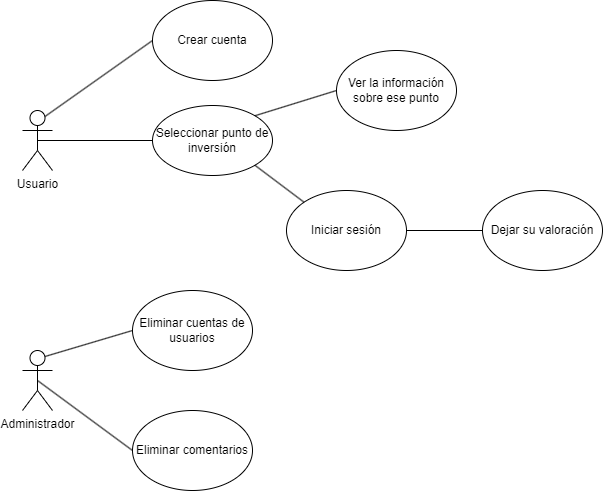
This is docs/images/casos_de_uso.png from Ana-Mes/integracion-dam, a draw.io export, as it was before one commit. Source tidied: cells renumbered, new cells last; positions are measured from the earlier drawing's top-left corner, leaving out a move shared by most shapes. The source it was exported from:
```xml
<mxGraphModel>
  <root>
    <mxCell id="0" />
    <mxCell id="1" parent="0" />
    <mxCell id="2" value="Usuario" style="shape=umlActor;verticalLabelPosition=bottom;verticalAlign=top;html=1;outlineConnect=0;" parent="1" vertex="1">
      <mxGeometry y="110" width="30" height="60" as="geometry" />
    </mxCell>
    <mxCell id="3" value="Seleccionar punto de inversión" style="ellipse;whiteSpace=wrap;html=1;" parent="1" vertex="1">
      <mxGeometry x="130" y="105" width="120" height="70" as="geometry" />
    </mxCell>
    <mxCell id="4" value="Dejar su valoración" style="ellipse;whiteSpace=wrap;html=1;" parent="1" vertex="1">
      <mxGeometry x="460" y="190" width="120" height="80" as="geometry" />
    </mxCell>
    <mxCell id="5" value="Ver la información sobre ese punto" style="ellipse;whiteSpace=wrap;html=1;" parent="1" vertex="1">
      <mxGeometry x="314" y="50" width="120" height="80" as="geometry" />
    </mxCell>
    <mxCell id="6" style="endArrow=none;html=1;rounded=0;exitX=0.5;exitY=0.5;exitDx=0;exitDy=0;exitPerimeter=0;entryX=0;entryY=0.5;entryDx=0;entryDy=0;" parent="1" edge="1" source="2" target="3">
      <mxGeometry relative="1" as="geometry" />
    </mxCell>
    <mxCell id="7" style="endArrow=none;html=1;rounded=0;entryX=0;entryY=0.5;entryDx=0;entryDy=0;exitX=1;exitY=0;exitDx=0;exitDy=0;" parent="1" edge="1" source="3" target="5">
      <mxGeometry relative="1" as="geometry" />
    </mxCell>
    <mxCell id="8" value="Iniciar sesión" style="ellipse;whiteSpace=wrap;html=1;" parent="1" vertex="1">
      <mxGeometry x="264" y="190" width="120" height="80" as="geometry" />
    </mxCell>
    <mxCell id="9" style="endArrow=none;html=1;rounded=0;exitX=1;exitY=1;exitDx=0;exitDy=0;entryX=0;entryY=0;entryDx=0;entryDy=0;" parent="1" edge="1" source="3" target="8">
      <mxGeometry relative="1" as="geometry" />
    </mxCell>
    <mxCell id="10" style="endArrow=none;html=1;rounded=0;exitX=1;exitY=0.5;exitDx=0;exitDy=0;entryX=0;entryY=0.5;entryDx=0;entryDy=0;" parent="1" edge="1" source="8" target="4">
      <mxGeometry relative="1" as="geometry" />
    </mxCell>
    <mxCell id="11" value="Crear cuenta" style="ellipse;whiteSpace=wrap;html=1;" parent="1" vertex="1">
      <mxGeometry x="130" width="120" height="80" as="geometry" />
    </mxCell>
    <mxCell id="12" style="endArrow=none;html=1;rounded=0;exitX=0.75;exitY=0.1;exitDx=0;exitDy=0;exitPerimeter=0;entryX=0;entryY=0.5;entryDx=0;entryDy=0;" parent="1" edge="1" source="2" target="11">
      <mxGeometry relative="1" as="geometry" />
    </mxCell>
    <mxCell id="13" value="Administrador" style="shape=umlActor;verticalLabelPosition=bottom;verticalAlign=top;html=1;outlineConnect=0;" parent="1" vertex="1">
      <mxGeometry y="350" width="30" height="60" as="geometry" />
    </mxCell>
    <mxCell id="14" value="Eliminar cuentas de usuarios" style="ellipse;whiteSpace=wrap;html=1;" parent="1" vertex="1">
      <mxGeometry x="110" y="290" width="120" height="80" as="geometry" />
    </mxCell>
    <mxCell id="15" value="Eliminar comentarios" style="ellipse;whiteSpace=wrap;html=1;" parent="1" vertex="1">
      <mxGeometry x="110" y="410" width="120" height="80" as="geometry" />
    </mxCell>
    <mxCell id="16" style="endArrow=none;html=1;rounded=0;exitX=0.75;exitY=0.1;exitDx=0;exitDy=0;exitPerimeter=0;entryX=0;entryY=0.5;entryDx=0;entryDy=0;" parent="1" edge="1" source="13" target="14">
      <mxGeometry relative="1" as="geometry" />
    </mxCell>
    <mxCell id="17" style="endArrow=none;html=1;rounded=0;exitX=0.5;exitY=0.5;exitDx=0;exitDy=0;exitPerimeter=0;entryX=0;entryY=0.5;entryDx=0;entryDy=0;" parent="1" edge="1" source="13" target="15">
      <mxGeometry relative="1" as="geometry" />
    </mxCell>
  </root>
</mxGraphModel>
```
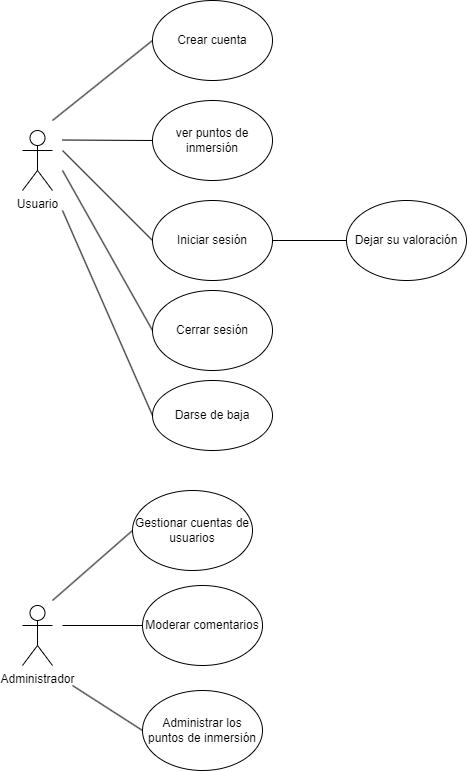
Later version of the same file.

Commit message:
Cambiada imagen de casos de uso

What changed in the source:
```diff
@@ -5,50 +5,78 @@
     <mxCell id="2" value="Usuario" style="shape=umlActor;verticalLabelPosition=bottom;verticalAlign=top;html=1;outlineConnect=0;" parent="1" vertex="1">
       <mxGeometry y="110" width="30" height="60" as="geometry" />
     </mxCell>
-    <mxCell id="3" value="Seleccionar punto de inversión" style="ellipse;whiteSpace=wrap;html=1;" parent="1" vertex="1">
-      <mxGeometry x="130" y="105" width="120" height="70" as="geometry" />
-    </mxCell>
     <mxCell id="4" value="Dejar su valoración" style="ellipse;whiteSpace=wrap;html=1;" parent="1" vertex="1">
-      <mxGeometry x="460" y="190" width="120" height="80" as="geometry" />
+      <mxGeometry x="324" y="180" width="120" height="80" as="geometry" />
     </mxCell>
-    <mxCell id="5" value="Ver la información sobre ese punto" style="ellipse;whiteSpace=wrap;html=1;" parent="1" vertex="1">
-      <mxGeometry x="314" y="50" width="120" height="80" as="geometry" />
+    <mxCell id="5" value="ver puntos de inmersión" style="ellipse;whiteSpace=wrap;html=1;" parent="1" vertex="1">
+      <mxGeometry x="130" y="80" width="120" height="80" as="geometry" />
     </mxCell>
-    <mxCell id="6" style="endArrow=none;html=1;rounded=0;exitX=0.5;exitY=0.5;exitDx=0;exitDy=0;exitPerimeter=0;entryX=0;entryY=0.5;entryDx=0;entryDy=0;" parent="1" edge="1" source="2" target="3">
-      <mxGeometry relative="1" as="geometry" />
+    <mxCell id="6" style="endArrow=none;html=1;rounded=0;entryX=0;entryY=0.5;entryDx=0;entryDy=0;" parent="1" edge="1" target="5">
+      <mxGeometry relative="1" as="geometry">
+        <mxPoint x="40" y="119.5" as="sourcePoint" />
+      </mxGeometry>
     </mxCell>
-    <mxCell id="7" style="endArrow=none;html=1;rounded=0;entryX=0;entryY=0.5;entryDx=0;entryDy=0;exitX=1;exitY=0;exitDx=0;exitDy=0;" parent="1" edge="1" source="3" target="5">
-      <mxGeometry relative="1" as="geometry" />
-    </mxCell>
     <mxCell id="8" value="Iniciar sesión" style="ellipse;whiteSpace=wrap;html=1;" parent="1" vertex="1">
-      <mxGeometry x="264" y="190" width="120" height="80" as="geometry" />
+      <mxGeometry x="130" y="180" width="120" height="80" as="geometry" />
     </mxCell>
-    <mxCell id="9" style="endArrow=none;html=1;rounded=0;exitX=1;exitY=1;exitDx=0;exitDy=0;entryX=0;entryY=0;entryDx=0;entryDy=0;" parent="1" edge="1" source="3" target="8">
-      <mxGeometry relative="1" as="geometry" />
-    </mxCell>
-    <mxCell id="10" style="endArrow=none;html=1;rounded=0;exitX=1;exitY=0.5;exitDx=0;exitDy=0;entryX=0;entryY=0.5;entryDx=0;entryDy=0;" parent="1" edge="1" source="8" target="4">
-      <mxGeometry relative="1" as="geometry" />
-    </mxCell>
     <mxCell id="11" value="Crear cuenta" style="ellipse;whiteSpace=wrap;html=1;" parent="1" vertex="1">
-      <mxGeometry x="130" width="120" height="80" as="geometry" />
+      <mxGeometry x="130" y="-20" width="120" height="80" as="geometry" />
     </mxCell>
-    <mxCell id="12" style="endArrow=none;html=1;rounded=0;exitX=0.75;exitY=0.1;exitDx=0;exitDy=0;exitPerimeter=0;entryX=0;entryY=0.5;entryDx=0;entryDy=0;" parent="1" edge="1" source="2" target="11">
-      <mxGeometry relative="1" as="geometry" />
+    <mxCell id="12" style="endArrow=none;html=1;rounded=0;entryX=0;entryY=0.5;entryDx=0;entryDy=0;" parent="1" edge="1" target="11">
+      <mxGeometry relative="1" as="geometry">
+        <mxPoint x="30" y="100" as="sourcePoint" />
+      </mxGeometry>
     </mxCell>
     <mxCell id="13" value="Administrador" style="shape=umlActor;verticalLabelPosition=bottom;verticalAlign=top;html=1;outlineConnect=0;" parent="1" vertex="1">
-      <mxGeometry y="350" width="30" height="60" as="geometry" />
+      <mxGeometry y="585" width="30" height="60" as="geometry" />
     </mxCell>
-    <mxCell id="14" value="Eliminar cuentas de usuarios" style="ellipse;whiteSpace=wrap;html=1;" parent="1" vertex="1">
-      <mxGeometry x="110" y="290" width="120" height="80" as="geometry" />
+    <mxCell id="14" value="Gestionar cuentas de usuarios" style="ellipse;whiteSpace=wrap;html=1;" parent="1" vertex="1">
+      <mxGeometry x="110" y="470" width="120" height="80" as="geometry" />
     </mxCell>
-    <mxCell id="15" value="Eliminar comentarios" style="ellipse;whiteSpace=wrap;html=1;" parent="1" vertex="1">
-      <mxGeometry x="110" y="410" width="120" height="80" as="geometry" />
+    <mxCell id="15" value="Moderar comentarios" style="ellipse;whiteSpace=wrap;html=1;" parent="1" vertex="1">
+      <mxGeometry x="120" y="565" width="120" height="80" as="geometry" />
     </mxCell>
-    <mxCell id="16" style="endArrow=none;html=1;rounded=0;exitX=0.75;exitY=0.1;exitDx=0;exitDy=0;exitPerimeter=0;entryX=0;entryY=0.5;entryDx=0;entryDy=0;" parent="1" edge="1" source="13" target="14">
-      <mxGeometry relative="1" as="geometry" />
+    <mxCell id="16" style="endArrow=none;html=1;rounded=0;entryX=0;entryY=0.5;entryDx=0;entryDy=0;" parent="1" edge="1" target="14">
+      <mxGeometry relative="1" as="geometry">
+        <mxPoint x="30" y="580" as="sourcePoint" />
+      </mxGeometry>
     </mxCell>
-    <mxCell id="17" style="endArrow=none;html=1;rounded=0;exitX=0.5;exitY=0.5;exitDx=0;exitDy=0;exitPerimeter=0;entryX=0;entryY=0.5;entryDx=0;entryDy=0;" parent="1" edge="1" source="13" target="15">
-      <mxGeometry relative="1" as="geometry" />
+    <mxCell id="17" style="endArrow=none;html=1;rounded=0;entryX=0;entryY=0.5;entryDx=0;entryDy=0;" parent="1" edge="1" target="15">
+      <mxGeometry relative="1" as="geometry">
+        <mxPoint x="40" y="605" as="sourcePoint" />
+      </mxGeometry>
     </mxCell>
+    <mxCell id="18" style="endArrow=none;html=1;rounded=0;entryX=0;entryY=0.5;entryDx=0;entryDy=0;" parent="1" edge="1" target="8">
+      <mxGeometry relative="1" as="geometry">
+        <mxPoint x="40" y="130" as="sourcePoint" />
+      </mxGeometry>
+    </mxCell>
+    <mxCell id="19" value="Darse de baja" style="ellipse;whiteSpace=wrap;html=1;" parent="1" vertex="1">
+      <mxGeometry x="130" y="360" width="120" height="70" as="geometry" />
+    </mxCell>
+    <mxCell id="20" style="endArrow=none;html=1;rounded=0;entryX=0;entryY=0.5;entryDx=0;entryDy=0;" parent="1" edge="1" target="19">
+      <mxGeometry relative="1" as="geometry">
+        <mxPoint x="40" y="190" as="sourcePoint" />
+      </mxGeometry>
+    </mxCell>
+    <mxCell id="21" value="Administrar los puntos de inmersión" style="ellipse;whiteSpace=wrap;html=1;" parent="1" vertex="1">
+      <mxGeometry x="120" y="670" width="120" height="80" as="geometry" />
+    </mxCell>
+    <mxCell id="22" style="endArrow=none;html=1;rounded=0;entryX=0;entryY=0.5;entryDx=0;entryDy=0;" parent="1" edge="1" target="21">
+      <mxGeometry relative="1" as="geometry">
+        <mxPoint x="50" y="665" as="sourcePoint" />
+      </mxGeometry>
+    </mxCell>
+    <mxCell id="23" value="Cerrar sesión" style="ellipse;whiteSpace=wrap;html=1;" parent="1" vertex="1">
+      <mxGeometry x="130" y="270" width="120" height="80" as="geometry" />
+    </mxCell>
+    <mxCell id="24" style="endArrow=none;html=1;rounded=0;entryX=0;entryY=0.5;entryDx=0;entryDy=0;" parent="1" edge="1" target="23">
+      <mxGeometry relative="1" as="geometry">
+        <mxPoint x="40" y="150" as="sourcePoint" />
+      </mxGeometry>
+    </mxCell>
+    <mxCell id="10" style="endArrow=none;html=1;rounded=0;exitX=1;exitY=0.5;exitDx=0;exitDy=0;entryX=0;entryY=0.5;entryDx=0;entryDy=0;" parent="1" edge="1" source="8" target="4">
+      <mxGeometry relative="1" as="geometry" />
+    </mxCell>
   </root>
 </mxGraphModel>
```
